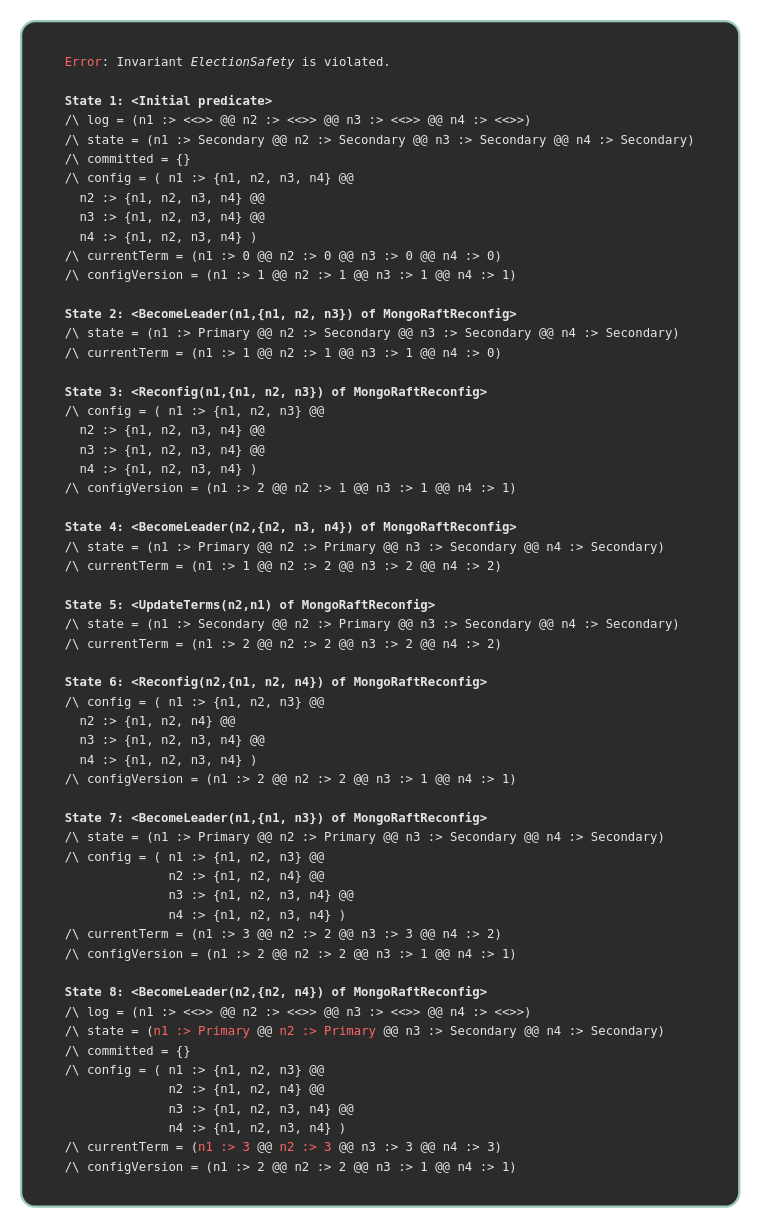
Earlier version of the draw.io diagram page "t4" (3 of 8) of traces/traces.drawio (will62794/reconfig-traces). Source tidied: cells renumbered, new cells numbered last; positions are measured from the earlier drawing's top-left corner, leaving out a move shared by most shapes. Both pictures are drawn from the tidied source at 114%, with x=0, y=0 at pixel (21, 21).
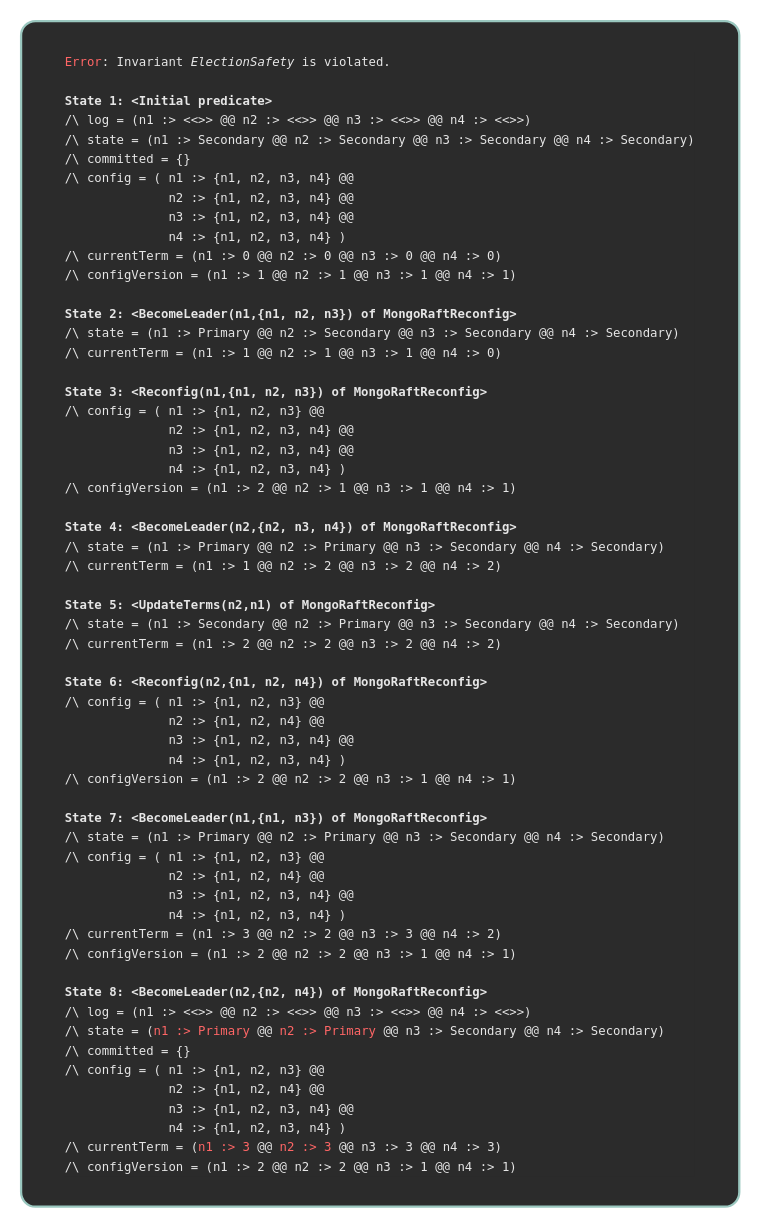
After the change.

Change to the diagram source:
```diff
@@
 <mxGraphModel>
   <root>
     <mxCell id="0" />
     <mxCell id="1" parent="0" />
-    <mxCell id="2" value="&lt;div style=&quot;background-color: rgb(43, 43, 43); line-height: 16px;&quot;&gt;&lt;div style=&quot;text-align: left;&quot;&gt;&lt;font face=&quot;Menlo, Monaco, Courier New, monospace&quot;&gt;&lt;span style=&quot;font-size: 10.8px; white-space: pre;&quot;&gt;&lt;font style=&quot;color: rgb(255, 102, 102);&quot;&gt;Error&lt;/font&gt;&lt;font color=&quot;#e6e6e6&quot;&gt;: Invariant &lt;i&gt;ElectionSafety&lt;/i&gt; is violated.&lt;br&gt;&lt;/font&gt;&lt;b style=&quot;color: rgb(230, 230, 230);&quot;&gt;&lt;br&gt;&lt;/b&gt;&lt;/span&gt;&lt;/font&gt;&lt;/div&gt;&lt;div style=&quot;text-align: left;&quot;&gt;&lt;font face=&quot;Menlo, Monaco, Courier New, monospace&quot;&gt;&lt;span style=&quot;font-size: 10.8px; white-space: pre;&quot;&gt;&lt;b style=&quot;color: rgb(230, 230, 230);&quot;&gt;State 1: &amp;lt;Initial predicate&amp;gt;&lt;br&gt;&lt;/b&gt;&lt;font color=&quot;#e6e6e6&quot;&gt;/\ log = (n1 :&amp;gt; &amp;lt;&amp;lt;&amp;gt;&amp;gt; @@ n2 :&amp;gt; &amp;lt;&amp;lt;&amp;gt;&amp;gt; @@ n3 :&amp;gt; &amp;lt;&amp;lt;&amp;gt;&amp;gt; @@ n4 :&amp;gt; &amp;lt;&amp;lt;&amp;gt;&amp;gt;)&lt;br&gt;/\ state = (n1 :&amp;gt; Secondary @@ n2 :&amp;gt; Secondary @@ n3 :&amp;gt; Secondary @@ n4 :&amp;gt; Secondary)&lt;br&gt;/\ committed = {}&lt;br&gt;/\ config = ( n1 :&amp;gt; {n1, n2, n3, n4} @@&lt;br&gt;  n2 :&amp;gt; {n1, n2, n3, n4} @@&lt;br&gt;  n3 :&amp;gt; {n1, n2, n3, n4} @@&lt;br&gt;  n4 :&amp;gt; {n1, n2, n3, n4} )&lt;br&gt;/\ currentTerm = (n1 :&amp;gt; 0 @@ n2 :&amp;gt; 0 @@ n3 :&amp;gt; 0 @@ n4 :&amp;gt; 0)&lt;br&gt;/\ configVersion = (n1 :&amp;gt; 1 @@ n2 :&amp;gt; 1 @@ n3 :&amp;gt; 1 @@ n4 :&amp;gt; 1)&lt;br&gt;&lt;br&gt;&lt;/font&gt;&lt;b style=&quot;color: rgb(230, 230, 230);&quot;&gt;State 2: &amp;lt;BecomeLeader(n1,{n1, n2, n3}) of MongoRaftReconfig&amp;gt;&lt;br&gt;&lt;/b&gt;&lt;font color=&quot;#e6e6e6&quot;&gt;/\ state = (n1 :&amp;gt; Primary @@ n2 :&amp;gt; Secondary @@ n3 :&amp;gt; Secondary @@ n4 :&amp;gt; Secondary)&lt;br&gt;/\ currentTerm = (n1 :&amp;gt; 1 @@ n2 :&amp;gt; 1 @@ n3 :&amp;gt; 1 @@ n4 :&amp;gt; 0)&lt;br&gt;&lt;br&gt;&lt;/font&gt;&lt;b style=&quot;color: rgb(230, 230, 230);&quot;&gt;State 3: &amp;lt;Reconfig(n1,{n1, n2, n3}) of MongoRaftReconfig&amp;gt;&lt;br&gt;&lt;/b&gt;&lt;font color=&quot;#e6e6e6&quot;&gt;/\ config = ( n1 :&amp;gt; {n1, n2, n3} @@&lt;br&gt;  n2 :&amp;gt; {n1, n2, n3, n4} @@&lt;br&gt;  n3 :&amp;gt; {n1, n2, n3, n4} @@&lt;br&gt;  n4 :&amp;gt; {n1, n2, n3, n4} )&lt;br&gt;/\ configVersion = (n1 :&amp;gt; 2 @@ n2 :&amp;gt; 1 @@ n3 :&amp;gt; 1 @@ n4 :&amp;gt; 1)&lt;br&gt;&lt;br&gt;&lt;/font&gt;&lt;b style=&quot;color: rgb(230, 230, 230);&quot;&gt;State 4: &amp;lt;BecomeLeader(n2,{n2, n3, n4}) of MongoRaftReconfig&amp;gt;&lt;br&gt;&lt;/b&gt;&lt;font color=&quot;#e6e6e6&quot;&gt;/\ state = (n1 :&amp;gt; Primary @@ n2 :&amp;gt; Primary @@ n3 :&amp;gt; Secondary @@ n4 :&amp;gt; Secondary)&lt;br&gt;/\ currentTerm = (n1 :&amp;gt; 1 @@ n2 :&amp;gt; 2 @@ n3 :&amp;gt; 2 @@ n4 :&amp;gt; 2)&lt;br&gt;&lt;br&gt;&lt;/font&gt;&lt;b style=&quot;color: rgb(230, 230, 230);&quot;&gt;State 5: &amp;lt;UpdateTerms(n2,n1) of MongoRaftReconfig&amp;gt;&lt;br&gt;&lt;/b&gt;&lt;font color=&quot;#e6e6e6&quot;&gt;/\ state = (n1 :&amp;gt; Secondary @@ n2 :&amp;gt; Primary @@ n3 :&amp;gt; Secondary @@ n4 :&amp;gt; Secondary)&lt;br&gt;/\ currentTerm = (n1 :&amp;gt; 2 @@ n2 :&amp;gt; 2 @@ n3 :&amp;gt; 2 @@ n4 :&amp;gt; 2)&lt;br&gt;&lt;br&gt;&lt;/font&gt;&lt;b style=&quot;color: rgb(230, 230, 230);&quot;&gt;State 6: &amp;lt;Reconfig(n2,{n1, n2, n4}) of MongoRaftReconfig&amp;gt;&lt;br&gt;&lt;/b&gt;&lt;font color=&quot;#e6e6e6&quot;&gt;/\ config = ( n1 :&amp;gt; {n1, n2, n3} @@&lt;br&gt;  n2 :&amp;gt; {n1, n2, n4} @@&lt;br&gt;  n3 :&amp;gt; {n1, n2, n3, n4} @@&lt;br&gt;  n4 :&amp;gt; {n1, n2, n3, n4} )&lt;br&gt;/\ configVersion = (n1 :&amp;gt; 2 @@ n2 :&amp;gt; 2 @@ n3 :&amp;gt; 1 @@ n4 :&amp;gt; 1)&lt;br&gt;&lt;br&gt;&lt;/font&gt;&lt;b style=&quot;color: rgb(230, 230, 230);&quot;&gt;State 7: &amp;lt;BecomeLeader(n1,{n1, n3}) of MongoRaftReconfig&amp;gt;&lt;br&gt;&lt;/b&gt;&lt;font color=&quot;#e6e6e6&quot;&gt;/\ state = (n1 :&amp;gt; Primary @@ n2 :&amp;gt; Primary @@ n3 :&amp;gt; Secondary @@ n4 :&amp;gt; Secondary)&lt;br&gt;/\ config = ( n1 :&amp;gt; {n1, n2, n3} @@&lt;br&gt;              n2 :&amp;gt; {n1, n2, n4} @@&lt;br&gt;              n3 :&amp;gt; {n1, n2, n3, n4} @@&lt;br&gt;              n4 :&amp;gt; {n1, n2, n3, n4} )&lt;br&gt;/\ currentTerm = (n1 :&amp;gt; 3 @@ n2 :&amp;gt; 2 @@ n3 :&amp;gt; 3 @@ n4 :&amp;gt; 2)&lt;br&gt;/\ configVersion = (n1 :&amp;gt; 2 @@ n2 :&amp;gt; 2 @@ n3 :&amp;gt; 1 @@ n4 :&amp;gt; 1)&lt;br&gt;&lt;br&gt;&lt;/font&gt;&lt;b style=&quot;color: rgb(230, 230, 230);&quot;&gt;State 8: &amp;lt;BecomeLeader(n2,{n2, n4}) of MongoRaftReconfig&amp;gt;&lt;br&gt;&lt;/b&gt;&lt;font color=&quot;#e6e6e6&quot;&gt;/\ log = (n1 :&amp;gt; &amp;lt;&amp;lt;&amp;gt;&amp;gt; @@ n2 :&amp;gt; &amp;lt;&amp;lt;&amp;gt;&amp;gt; @@ n3 :&amp;gt; &amp;lt;&amp;lt;&amp;gt;&amp;gt; @@ n4 :&amp;gt; &amp;lt;&amp;lt;&amp;gt;&amp;gt;)&lt;br&gt;/\ state = (&lt;/font&gt;&lt;font style=&quot;color: rgb(255, 102, 102);&quot;&gt;n1 :&amp;gt; Primary&lt;/font&gt;&lt;font color=&quot;#e6e6e6&quot;&gt; @@ &lt;/font&gt;&lt;font style=&quot;color: rgb(255, 102, 102);&quot;&gt;n2 :&amp;gt; Primary&lt;/font&gt;&lt;font color=&quot;#e6e6e6&quot;&gt; @@ n3 :&amp;gt; Secondary @@ n4 :&amp;gt; Secondary)&lt;br&gt;/\ committed = {}&lt;br&gt;/\ config = ( n1 :&amp;gt; {n1, n2, n3} @@&lt;br&gt;              n2 :&amp;gt; {n1, n2, n4} @@&lt;br&gt;              n3 :&amp;gt; {n1, n2, n3, n4} @@&lt;br&gt;              n4 :&amp;gt; {n1, n2, n3, n4} )&lt;br&gt;/\ currentTerm = (&lt;/font&gt;&lt;font style=&quot;color: rgb(255, 102, 102);&quot;&gt;n1 :&amp;gt; 3&lt;/font&gt;&lt;font color=&quot;#e6e6e6&quot;&gt; @@ &lt;/font&gt;&lt;font style=&quot;color: rgb(255, 102, 102);&quot;&gt;n2 :&amp;gt; 3&lt;/font&gt;&lt;font color=&quot;#e6e6e6&quot;&gt; @@ n3 :&amp;gt; 3 @@ n4 :&amp;gt; 3)&lt;br&gt;/\ configVersion = (n1 :&amp;gt; 2 @@ n2 :&amp;gt; 2 @@ n3 :&amp;gt; 1 @@ n4 :&amp;gt; 1)&lt;/font&gt;&lt;/span&gt;&lt;/font&gt;&lt;span style=&quot;color: rgb(169, 183, 198); font-family: Menlo, Monaco, &amp;quot;Courier New&amp;quot;, monospace; font-size: 10.8px; white-space: pre;&quot;&gt;&lt;br&gt;&lt;/span&gt;&lt;/div&gt;&lt;/div&gt;" style="text;html=1;align=center;verticalAlign=middle;whiteSpace=wrap;rounded=1;strokeColor=#9AC7BF;fillColor=light-dark(#2B2B2B,#282A35);gradientColor=none;arcSize=2;strokeWidth=2;" parent="1" vertex="1">
+    <mxCell id="2" value="&lt;div style=&quot;background-color: rgb(43, 43, 43); line-height: 16px;&quot;&gt;&lt;div style=&quot;text-align: left;&quot;&gt;&lt;font face=&quot;Menlo, Monaco, Courier New, monospace&quot;&gt;&lt;span style=&quot;font-size: 10.8px; white-space: pre;&quot;&gt;&lt;font style=&quot;color: rgb(255, 102, 102);&quot;&gt;Error&lt;/font&gt;&lt;font color=&quot;#e6e6e6&quot;&gt;: Invariant &lt;i&gt;ElectionSafety&lt;/i&gt; is violated.&lt;br&gt;&lt;/font&gt;&lt;b style=&quot;color: rgb(230, 230, 230);&quot;&gt;&lt;br&gt;&lt;/b&gt;&lt;/span&gt;&lt;/font&gt;&lt;/div&gt;&lt;div style=&quot;text-align: left;&quot;&gt;&lt;font face=&quot;Menlo, Monaco, Courier New, monospace&quot;&gt;&lt;span style=&quot;font-size: 10.8px; white-space: pre;&quot;&gt;&lt;b style=&quot;color: rgb(230, 230, 230);&quot;&gt;State 1: &amp;lt;Initial predicate&amp;gt;&lt;br&gt;&lt;/b&gt;&lt;font color=&quot;#e6e6e6&quot;&gt;/\ log = (n1 :&amp;gt; &amp;lt;&amp;lt;&amp;gt;&amp;gt; @@ n2 :&amp;gt; &amp;lt;&amp;lt;&amp;gt;&amp;gt; @@ n3 :&amp;gt; &amp;lt;&amp;lt;&amp;gt;&amp;gt; @@ n4 :&amp;gt; &amp;lt;&amp;lt;&amp;gt;&amp;gt;)&lt;br&gt;/\ state = (n1 :&amp;gt; Secondary @@ n2 :&amp;gt; Secondary @@ n3 :&amp;gt; Secondary @@ n4 :&amp;gt; Secondary)&lt;br&gt;/\ committed = {}&lt;br&gt;/\ config = ( n1 :&amp;gt; {n1, n2, n3, n4} @@&lt;br&gt;              n2 :&amp;gt; {n1, n2, n3, n4} @@&lt;br&gt;              n3 :&amp;gt; {n1, n2, n3, n4} @@&lt;br&gt;              n4 :&amp;gt; {n1, n2, n3, n4} )&lt;br&gt;/\ currentTerm = (n1 :&amp;gt; 0 @@ n2 :&amp;gt; 0 @@ n3 :&amp;gt; 0 @@ n4 :&amp;gt; 0)&lt;br&gt;/\ configVersion = (n1 :&amp;gt; 1 @@ n2 :&amp;gt; 1 @@ n3 :&amp;gt; 1 @@ n4 :&amp;gt; 1)&lt;br&gt;&lt;br&gt;&lt;/font&gt;&lt;b style=&quot;color: rgb(230, 230, 230);&quot;&gt;State 2: &amp;lt;BecomeLeader(n1,{n1, n2, n3}) of MongoRaftReconfig&amp;gt;&lt;br&gt;&lt;/b&gt;&lt;font color=&quot;#e6e6e6&quot;&gt;/\ state = (n1 :&amp;gt; Primary @@ n2 :&amp;gt; Secondary @@ n3 :&amp;gt; Secondary @@ n4 :&amp;gt; Secondary)&lt;br&gt;/\ currentTerm = (n1 :&amp;gt; 1 @@ n2 :&amp;gt; 1 @@ n3 :&amp;gt; 1 @@ n4 :&amp;gt; 0)&lt;br&gt;&lt;br&gt;&lt;/font&gt;&lt;b style=&quot;color: rgb(230, 230, 230);&quot;&gt;State 3: &amp;lt;Reconfig(n1,{n1, n2, n3}) of MongoRaftReconfig&amp;gt;&lt;br&gt;&lt;/b&gt;&lt;font color=&quot;#e6e6e6&quot;&gt;/\ config = ( n1 :&amp;gt; {n1, n2, n3} @@&lt;br&gt;              n2 :&amp;gt; {n1, n2, n3, n4} @@&lt;br&gt;              n3 :&amp;gt; {n1, n2, n3, n4} @@&lt;br&gt;              n4 :&amp;gt; {n1, n2, n3, n4} )&lt;br&gt;/\ configVersion = (n1 :&amp;gt; 2 @@ n2 :&amp;gt; 1 @@ n3 :&amp;gt; 1 @@ n4 :&amp;gt; 1)&lt;br&gt;&lt;br&gt;&lt;/font&gt;&lt;b style=&quot;color: rgb(230, 230, 230);&quot;&gt;State 4: &amp;lt;BecomeLeader(n2,{n2, n3, n4}) of MongoRaftReconfig&amp;gt;&lt;br&gt;&lt;/b&gt;&lt;font color=&quot;#e6e6e6&quot;&gt;/\ state = (n1 :&amp;gt; Primary @@ n2 :&amp;gt; Primary @@ n3 :&amp;gt; Secondary @@ n4 :&amp;gt; Secondary)&lt;br&gt;/\ currentTerm = (n1 :&amp;gt; 1 @@ n2 :&amp;gt; 2 @@ n3 :&amp;gt; 2 @@ n4 :&amp;gt; 2)&lt;br&gt;&lt;br&gt;&lt;/font&gt;&lt;b style=&quot;color: rgb(230, 230, 230);&quot;&gt;State 5: &amp;lt;UpdateTerms(n2,n1) of MongoRaftReconfig&amp;gt;&lt;br&gt;&lt;/b&gt;&lt;font color=&quot;#e6e6e6&quot;&gt;/\ state = (n1 :&amp;gt; Secondary @@ n2 :&amp;gt; Primary @@ n3 :&amp;gt; Secondary @@ n4 :&amp;gt; Secondary)&lt;br&gt;/\ currentTerm = (n1 :&amp;gt; 2 @@ n2 :&amp;gt; 2 @@ n3 :&amp;gt; 2 @@ n4 :&amp;gt; 2)&lt;br&gt;&lt;br&gt;&lt;/font&gt;&lt;b style=&quot;color: rgb(230, 230, 230);&quot;&gt;State 6: &amp;lt;Reconfig(n2,{n1, n2, n4}) of MongoRaftReconfig&amp;gt;&lt;br&gt;&lt;/b&gt;&lt;font color=&quot;#e6e6e6&quot;&gt;/\ config = ( n1 :&amp;gt; {n1, n2, n3} @@&lt;br&gt;              n2 :&amp;gt; {n1, n2, n4} @@&lt;br&gt;              n3 :&amp;gt; {n1, n2, n3, n4} @@&lt;br&gt;              n4 :&amp;gt; {n1, n2, n3, n4} )&lt;br&gt;/\ configVersion = (n1 :&amp;gt; 2 @@ n2 :&amp;gt; 2 @@ n3 :&amp;gt; 1 @@ n4 :&amp;gt; 1)&lt;br&gt;&lt;br&gt;&lt;/font&gt;&lt;b style=&quot;color: rgb(230, 230, 230);&quot;&gt;State 7: &amp;lt;BecomeLeader(n1,{n1, n3}) of MongoRaftReconfig&amp;gt;&lt;br&gt;&lt;/b&gt;&lt;font color=&quot;#e6e6e6&quot;&gt;/\ state = (n1 :&amp;gt; Primary @@ n2 :&amp;gt; Primary @@ n3 :&amp;gt; Secondary @@ n4 :&amp;gt; Secondary)&lt;br&gt;/\ config = ( n1 :&amp;gt; {n1, n2, n3} @@&lt;br&gt;              n2 :&amp;gt; {n1, n2, n4} @@&lt;br&gt;              n3 :&amp;gt; {n1, n2, n3, n4} @@&lt;br&gt;              n4 :&amp;gt; {n1, n2, n3, n4} )&lt;br&gt;/\ currentTerm = (n1 :&amp;gt; 3 @@ n2 :&amp;gt; 2 @@ n3 :&amp;gt; 3 @@ n4 :&amp;gt; 2)&lt;br&gt;/\ configVersion = (n1 :&amp;gt; 2 @@ n2 :&amp;gt; 2 @@ n3 :&amp;gt; 1 @@ n4 :&amp;gt; 1)&lt;br&gt;&lt;br&gt;&lt;/font&gt;&lt;b style=&quot;color: rgb(230, 230, 230);&quot;&gt;State 8: &amp;lt;BecomeLeader(n2,{n2, n4}) of MongoRaftReconfig&amp;gt;&lt;br&gt;&lt;/b&gt;&lt;font color=&quot;#e6e6e6&quot;&gt;/\ log = (n1 :&amp;gt; &amp;lt;&amp;lt;&amp;gt;&amp;gt; @@ n2 :&amp;gt; &amp;lt;&amp;lt;&amp;gt;&amp;gt; @@ n3 :&amp;gt; &amp;lt;&amp;lt;&amp;gt;&amp;gt; @@ n4 :&amp;gt; &amp;lt;&amp;lt;&amp;gt;&amp;gt;)&lt;br&gt;/\ state = (&lt;/font&gt;&lt;font style=&quot;color: rgb(255, 102, 102);&quot;&gt;n1 :&amp;gt; Primary&lt;/font&gt;&lt;font color=&quot;#e6e6e6&quot;&gt; @@ &lt;/font&gt;&lt;font style=&quot;color: rgb(255, 102, 102);&quot;&gt;n2 :&amp;gt; Primary&lt;/font&gt;&lt;font color=&quot;#e6e6e6&quot;&gt; @@ n3 :&amp;gt; Secondary @@ n4 :&amp;gt; Secondary)&lt;br&gt;/\ committed = {}&lt;br&gt;/\ config = ( n1 :&amp;gt; {n1, n2, n3} @@&lt;br&gt;              n2 :&amp;gt; {n1, n2, n4} @@&lt;br&gt;              n3 :&amp;gt; {n1, n2, n3, n4} @@&lt;br&gt;              n4 :&amp;gt; {n1, n2, n3, n4} )&lt;br&gt;/\ currentTerm = (&lt;/font&gt;&lt;font style=&quot;color: rgb(255, 102, 102);&quot;&gt;n1 :&amp;gt; 3&lt;/font&gt;&lt;font color=&quot;#e6e6e6&quot;&gt; @@ &lt;/font&gt;&lt;font style=&quot;color: rgb(255, 102, 102);&quot;&gt;n2 :&amp;gt; 3&lt;/font&gt;&lt;font color=&quot;#e6e6e6&quot;&gt; @@ n3 :&amp;gt; 3 @@ n4 :&amp;gt; 3)&lt;br&gt;/\ configVersion = (n1 :&amp;gt; 2 @@ n2 :&amp;gt; 2 @@ n3 :&amp;gt; 1 @@ n4 :&amp;gt; 1)&lt;/font&gt;&lt;/span&gt;&lt;/font&gt;&lt;span style=&quot;color: rgb(169, 183, 198); font-family: Menlo, Monaco, &amp;quot;Courier New&amp;quot;, monospace; font-size: 10.8px; white-space: pre;&quot;&gt;&lt;br&gt;&lt;/span&gt;&lt;/div&gt;&lt;/div&gt;" style="text;html=1;align=center;verticalAlign=middle;whiteSpace=wrap;rounded=1;strokeColor=#9AC7BF;fillColor=light-dark(#2B2B2B,#282A35);gradientColor=none;arcSize=2;strokeWidth=2;" parent="1" vertex="1">
       <mxGeometry width="630" height="1040" as="geometry" />
     </mxCell>
   </root>
 </mxGraphModel>
```
